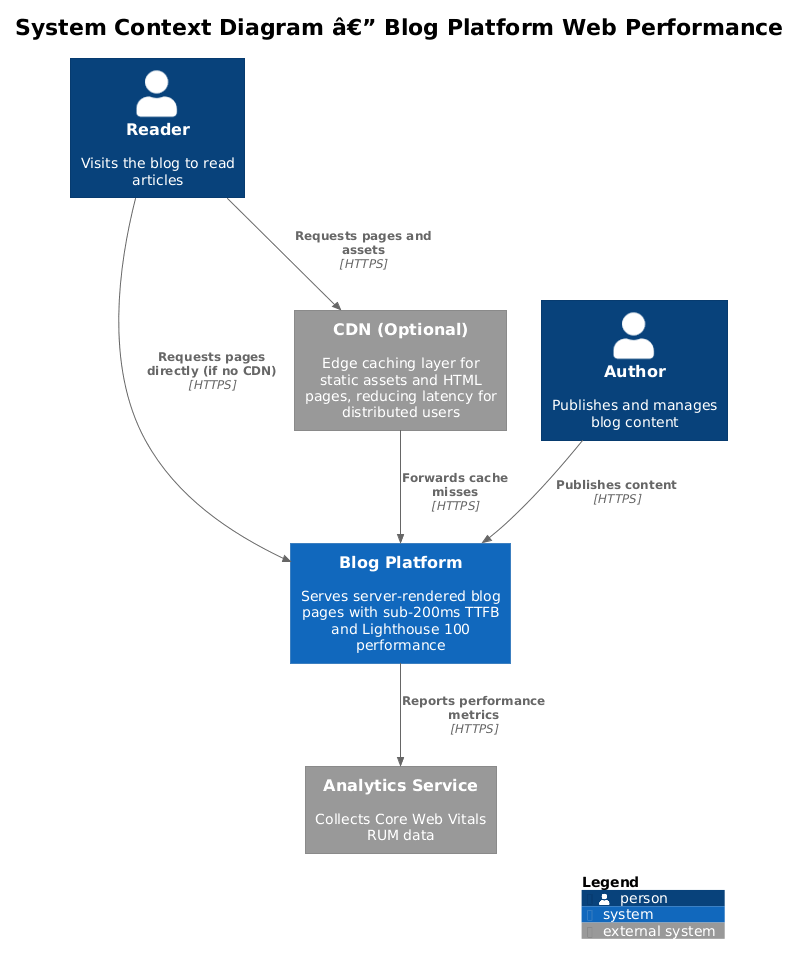
This is docs/detailed-designs/07-web-performance/diagrams/c4_context.png from QuinntyneBrown/Blog, a PlantUML export, as it was before one commit. Source of this version:
```plantuml
@startuml
!theme plain
!include <C4/C4_Context>

title System Context Diagram â€” Blog Platform Web Performance

Person(reader, "Reader", "Visits the blog to read articles")
Person(author, "Author", "Publishes and manages blog content")

System(blog, "Blog Platform", "Serves server-rendered blog pages with sub-200ms TTFB and Lighthouse 100 performance")

System_Ext(cdn, "CDN (Optional)", "Edge caching layer for static assets and HTML pages, reducing latency for distributed users")
System_Ext(analytics, "Analytics Service", "Collects Core Web Vitals RUM data")

Rel(reader, cdn, "Requests pages and assets", "HTTPS")
Rel(cdn, blog, "Forwards cache misses", "HTTPS")
Rel(reader, blog, "Requests pages directly (if no CDN)", "HTTPS")
Rel(author, blog, "Publishes content", "HTTPS")
Rel(blog, analytics, "Reports performance metrics", "HTTPS")

SHOW_LEGEND()
@enduml
```
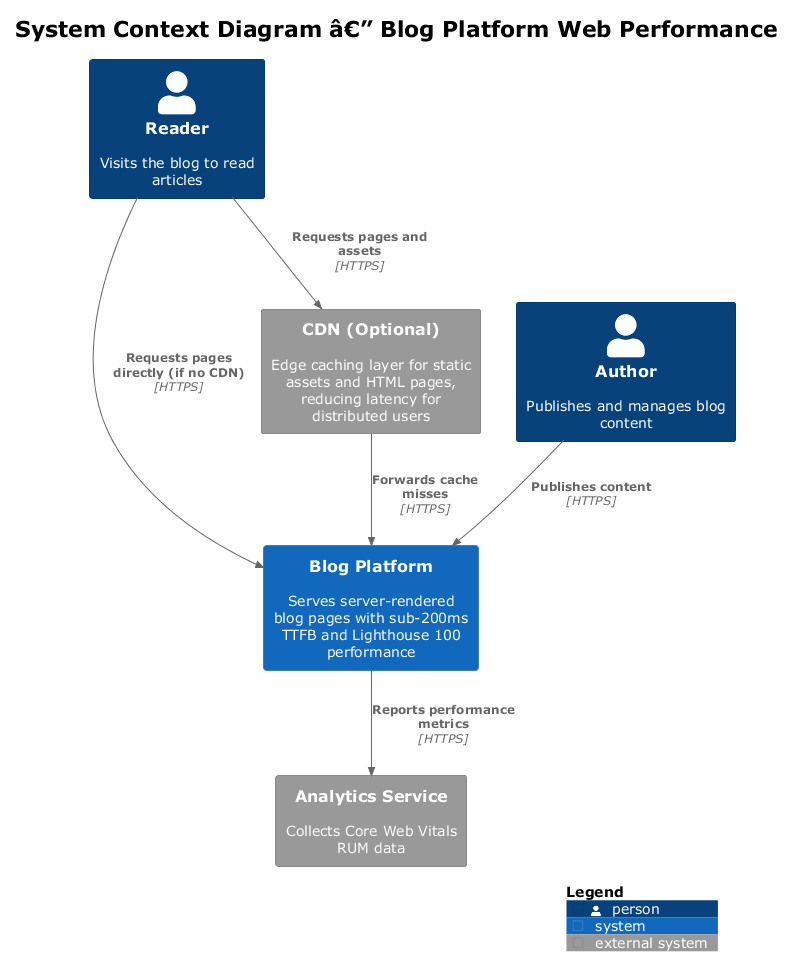
The same file after the commit.

The edit, as a diff of the source:
```diff
@@ -1,4 +1,4 @@
-@startuml
+@startuml c4_context
 !theme plain
 !include <C4/C4_Context>
 
```
